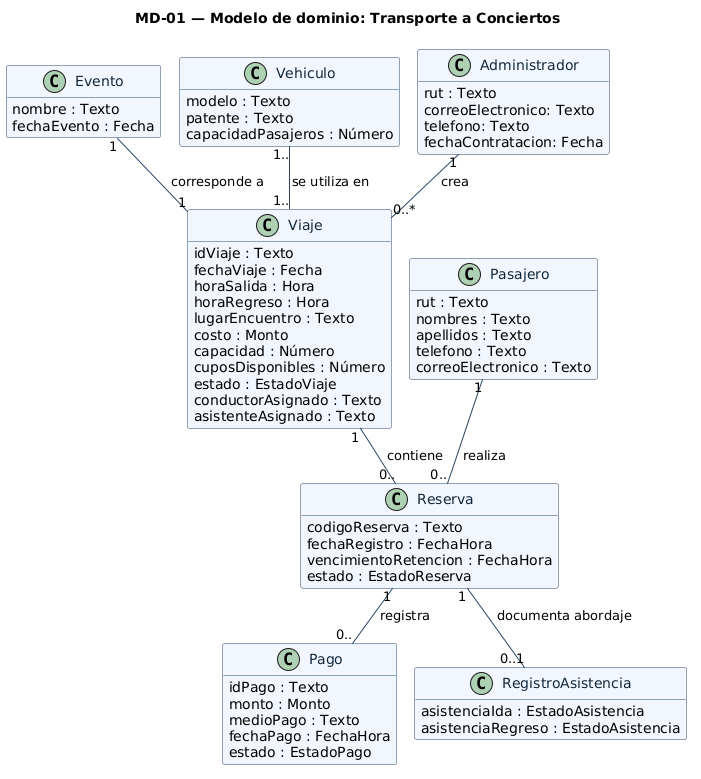
Above: diagramas/modelo-dominio.png in IngReqGrupo2/Proyecto_TransporteHaciaConcierto (PlantUML), before the change.
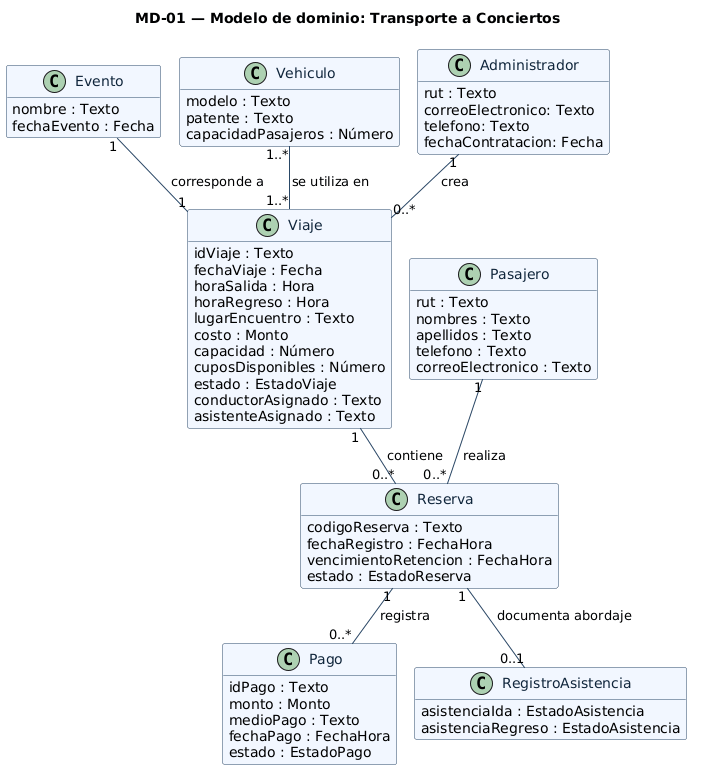
The same file after the commit.

Commit message:
fix: Ahora salen los asteriscos en el modelo-dominio.png

Change to the diagram source:
```diff
@@ -65,10 +65,10 @@
   asistenciaRegreso : EstadoAsistencia
 }
 Evento "1" -- "1" Viaje : corresponde a
-Vehiculo "1.." -- "1.." Viaje : se utiliza en
-Viaje "1" -- "0.." Reserva : contiene
-Pasajero "1" -- "0.." Reserva : realiza
-Reserva "1" -- "0.." Pago : registra
+Vehiculo "1..*" -- "1..*" Viaje : se utiliza en
+Viaje "1" -- "0..*" Reserva : contiene
+Pasajero "1" -- "0..*" Reserva : realiza
+Reserva "1" -- "0..*" Pago : registra
 Reserva "1"-- "0..1" RegistroAsistencia : documenta abordaje
 Administrador "1" -- "0..*" Viaje : crea
 @enduml
```
